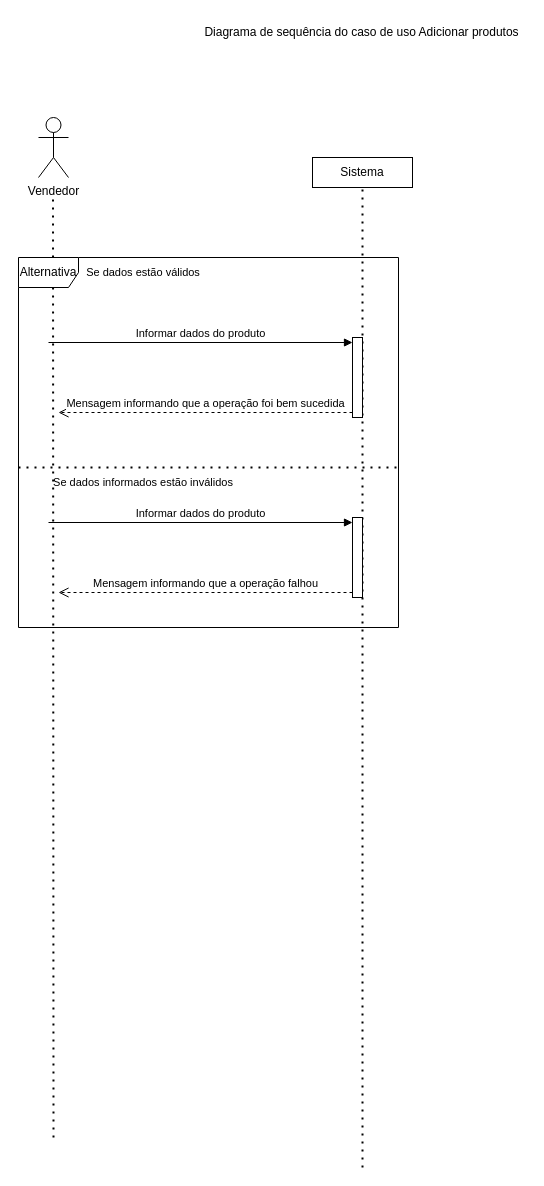
This is CASOS_DE_USO/DIAGRAMAS_SEQUENCIA/dss_adicionar_produto.drawio from guifrazao/PROJETO_ESW1, a draw.io file, before an edit. Source tidied: cells renumbered, new cells numbered last; positions are measured from the earlier drawing's top-left corner, leaving out a move shared by most shapes. Both pictures are drawn from the tidied source at 100%, with x=0, y=0 at pixel (18, 17).
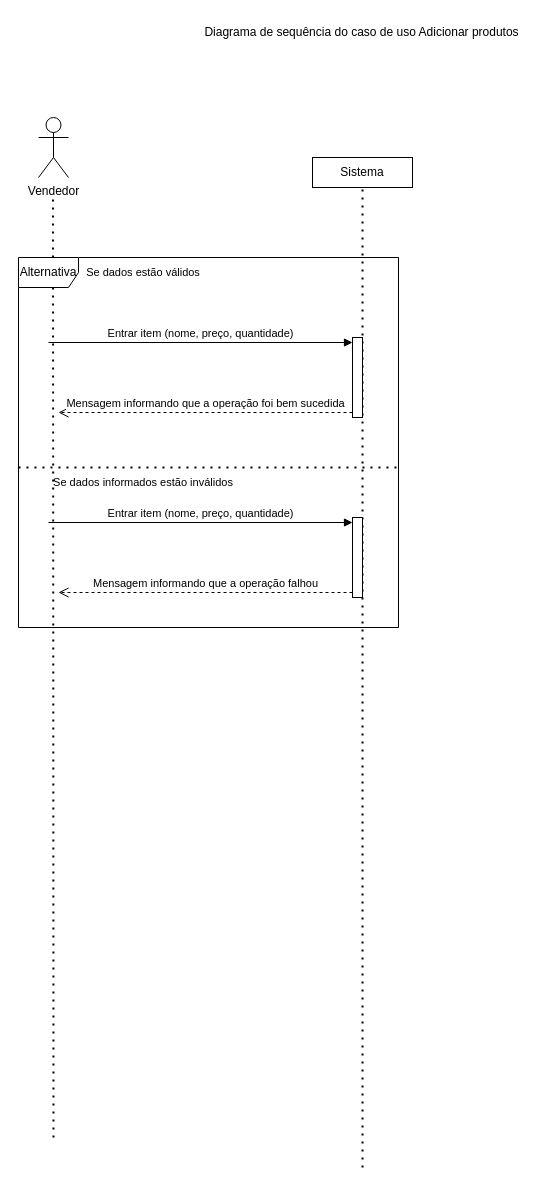
The same page after the edit.

Unchanged cells that the change refers to:
```xml
<mxCell id="7" style="html=1;points=[[0,0,0,0,5],[0,1,0,0,-5],[1,0,0,0,5],[1,1,0,0,-5]];perimeter=orthogonalPerimeter;outlineConnect=0;targetShapes=umlLifeline;portConstraint=eastwest;newEdgeStyle={&quot;curved&quot;:0,&quot;rounded&quot;:0};" parent="1" vertex="1">
  <mxGeometry x="334" y="320" width="10" height="80" as="geometry" />
</mxCell>
<mxCell id="12" style="html=1;points=[[0,0,0,0,5],[0,1,0,0,-5],[1,0,0,0,5],[1,1,0,0,-5]];perimeter=orthogonalPerimeter;outlineConnect=0;targetShapes=umlLifeline;portConstraint=eastwest;newEdgeStyle={&quot;curved&quot;:0,&quot;rounded&quot;:0};" parent="1" vertex="1">
  <mxGeometry x="334" y="500" width="10" height="80" as="geometry" />
</mxCell>
```

The edit, as a diff of the source:
```diff
@@
-    <mxCell id="8" value="Informar dados do produto" style="html=1;verticalAlign=bottom;endArrow=block;curved=0;rounded=0;entryX=0;entryY=0;entryDx=0;entryDy=5;" parent="1" edge="1" target="7">
+    <mxCell id="8" value="Entrar item (nome, preço, quantidade)" style="html=1;verticalAlign=bottom;endArrow=block;curved=0;rounded=0;entryX=0;entryY=0;entryDx=0;entryDy=5;" parent="1" edge="1" target="7">
       <mxGeometry relative="1" as="geometry">
         <mxPoint x="30" y="325" as="sourcePoint" />
       </mxGeometry>
     </mxCell>
@@
-    <mxCell id="13" value="Informar dados do produto" style="html=1;verticalAlign=bottom;endArrow=block;curved=0;rounded=0;entryX=0;entryY=0;entryDx=0;entryDy=5;" parent="1" edge="1" target="12">
+    <mxCell id="13" value="Entrar item (nome, preço, quantidade)" style="html=1;verticalAlign=bottom;endArrow=block;curved=0;rounded=0;entryX=0;entryY=0;entryDx=0;entryDy=5;" parent="1" edge="1" target="12">
       <mxGeometry relative="1" as="geometry">
         <mxPoint x="30" y="505" as="sourcePoint" />
       </mxGeometry>
     </mxCell>
```
